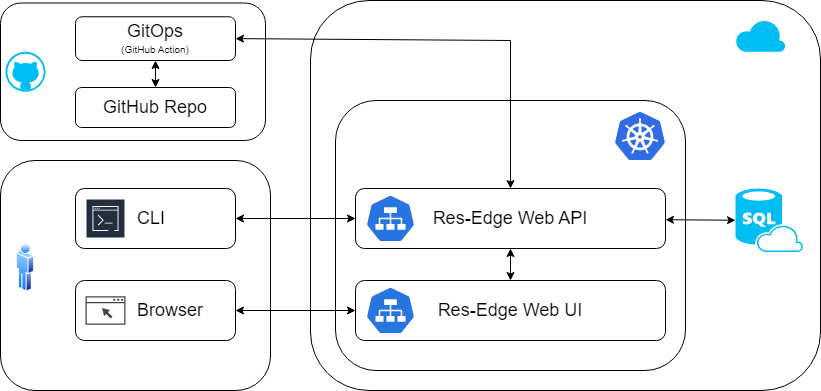
cse-labs/res-edge-labs keeps this draw.io diagram as docs/images/res-edge-diagram.drawio.png. Above is the earlier version. Source tidied: cells renumbered, new cells last; positions are measured from the earlier drawing's top-left corner, leaving out a move shared by most shapes. The source it was exported from:
```xml
<mxGraphModel>
  <root>
    <mxCell id="0" />
    <mxCell id="1" parent="0" />
    <mxCell id="2" style="rounded=1;whiteSpace=wrap;html=1;fontSize=18;align=left;verticalAlign=top;spacingLeft=60;spacingTop=24;" parent="1" vertex="1">
      <mxGeometry y="160" width="270" height="230" as="geometry" />
    </mxCell>
    <mxCell id="3" value="&lt;h1 style=&quot;font-size: 24px;&quot;&gt;&lt;br&gt;&lt;/h1&gt;" style="rounded=1;whiteSpace=wrap;html=1;align=left;verticalAlign=top;fontSize=24;spacingLeft=90;" parent="1" vertex="1">
      <mxGeometry x="310" width="510" height="390" as="geometry" />
    </mxCell>
    <mxCell id="4" style="verticalLabelPosition=bottom;html=1;verticalAlign=top;align=center;strokeColor=none;fillColor=#00BEF2;shape=mxgraph.azure.sql_database_sql_azure;" parent="1" vertex="1">
      <mxGeometry x="735" y="188" width="67.5" height="63.5" as="geometry" />
    </mxCell>
    <mxCell id="5" style="verticalLabelPosition=bottom;html=1;verticalAlign=top;align=center;strokeColor=none;fillColor=#00BEF2;shape=mxgraph.azure.cloud;" parent="1" vertex="1">
      <mxGeometry x="735" y="18.8" width="50" height="32.5" as="geometry" />
    </mxCell>
    <mxCell id="6" style="image;perimeter=ellipsePerimeter;html=1;align=center;shadow=0;dashed=0;spacingTop=3;image=img/lib/active_directory/user.svg;" parent="1" vertex="1">
      <mxGeometry x="15.8" y="242.2" width="18.5" height="50" as="geometry" />
    </mxCell>
    <mxCell id="7" value="CLI" style="rounded=1;whiteSpace=wrap;html=1;fontSize=18;fontStyle=0;verticalAlign=middle;align=left;spacingLeft=60;" parent="1" vertex="1">
      <mxGeometry x="75" y="188" width="160" height="60" as="geometry" />
    </mxCell>
    <mxCell id="8" style="sketch=0;fontColor=#232F3E;gradientColor=none;strokeColor=#ffffff;fillColor=#232F3E;dashed=0;verticalLabelPosition=middle;verticalAlign=bottom;align=center;html=1;whiteSpace=wrap;fontSize=10;fontStyle=1;spacing=3;shape=mxgraph.aws4.productIcon;prIcon=mxgraph.aws4.command_line_interface;" parent="1" vertex="1">
      <mxGeometry x="85" y="198" width="40" height="40" as="geometry" />
    </mxCell>
    <mxCell id="9" value="Browser" style="rounded=1;whiteSpace=wrap;html=1;fontSize=18;fontStyle=0;verticalAlign=middle;align=left;spacingLeft=60;" parent="1" vertex="1">
      <mxGeometry x="75" y="280" width="160" height="60" as="geometry" />
    </mxCell>
    <mxCell id="10" style="sketch=0;shadow=0;dashed=0;html=1;strokeColor=none;fillColor=#434445;labelPosition=center;verticalLabelPosition=bottom;verticalAlign=top;align=center;shape=mxgraph.vvd.web_browser;" parent="1" vertex="1">
      <mxGeometry x="85" y="295.8" width="40" height="28.4" as="geometry" />
    </mxCell>
    <mxCell id="11" style="rounded=1;whiteSpace=wrap;html=1;fontSize=24;verticalAlign=top;spacingTop=15;align=left;spacingLeft=90;" parent="1" vertex="1">
      <mxGeometry x="335" y="100" width="350" height="270" as="geometry" />
    </mxCell>
    <mxCell id="12" style="image;sketch=0;html=1;align=center;fontSize=12;image=img/lib/mscae/Kubernetes.svg;" parent="1" vertex="1">
      <mxGeometry x="615" y="112" width="50" height="48" as="geometry" />
    </mxCell>
    <mxCell id="13" style="group;" parent="1" vertex="1">
      <mxGeometry x="355" y="188" width="310" height="60" as="geometry" />
    </mxCell>
    <mxCell id="14" value="Res-Edge Web API" style="rounded=1;whiteSpace=wrap;html=1;fontSize=18;fontStyle=0;" parent="13" vertex="1">
      <mxGeometry width="310" height="60" as="geometry" />
    </mxCell>
    <mxCell id="15" style="sketch=0;html=1;dashed=0;whitespace=wrap;fillColor=#2875E2;strokeColor=#ffffff;verticalLabelPosition=bottom;align=center;verticalAlign=top;shape=mxgraph.kubernetes.icon;prIcon=svc;" parent="13" vertex="1">
      <mxGeometry x="10" y="6" width="50" height="48" as="geometry" />
    </mxCell>
    <mxCell id="16" style="group;" parent="1" vertex="1">
      <mxGeometry x="355" y="280" width="310" height="60" as="geometry" />
    </mxCell>
    <mxCell id="17" value="Res-Edge Web UI" style="rounded=1;whiteSpace=wrap;html=1;fontSize=18;fontStyle=0;" parent="16" vertex="1">
      <mxGeometry width="310" height="60" as="geometry" />
    </mxCell>
    <mxCell id="18" style="sketch=0;html=1;dashed=0;whitespace=wrap;fillColor=#2875E2;strokeColor=#ffffff;verticalLabelPosition=bottom;align=center;verticalAlign=top;shape=mxgraph.kubernetes.icon;prIcon=svc;" parent="16" vertex="1">
      <mxGeometry x="10" y="6" width="50" height="48" as="geometry" />
    </mxCell>
    <mxCell id="19" style="endArrow=classic;html=1;rounded=0;exitX=0.5;exitY=0;exitDx=0;exitDy=0;startArrow=classic;startFill=1;" parent="1" edge="1" source="17" target="14">
      <mxGeometry relative="1" as="geometry" />
    </mxCell>
    <mxCell id="20" style="endArrow=classic;startArrow=classic;html=1;rounded=0;entryX=0;entryY=0.5;entryDx=0;entryDy=0;" parent="1" edge="1" source="9" target="17">
      <mxGeometry relative="1" as="geometry" />
    </mxCell>
    <mxCell id="21" style="endArrow=classic;startArrow=classic;html=1;rounded=0;exitX=1;exitY=0.5;exitDx=0;exitDy=0;" parent="1" edge="1" source="7" target="14">
      <mxGeometry relative="1" as="geometry" />
    </mxCell>
    <mxCell id="22" style="endArrow=classic;startArrow=classic;html=1;rounded=0;entryX=0;entryY=0.5;entryDx=0;entryDy=0;entryPerimeter=0;" parent="1" edge="1" source="14" target="4">
      <mxGeometry relative="1" as="geometry" />
    </mxCell>
    <mxCell id="23" style="rounded=1;whiteSpace=wrap;html=1;" parent="1" vertex="1">
      <mxGeometry y="2.5" width="265" height="137.5" as="geometry" />
    </mxCell>
    <mxCell id="24" style="verticalLabelPosition=bottom;html=1;verticalAlign=top;align=center;strokeColor=none;fillColor=#00BEF2;shape=mxgraph.azure.github_code;" parent="1" vertex="1">
      <mxGeometry x="5" y="51.2" width="40" height="40" as="geometry" />
    </mxCell>
    <mxCell id="25" value="&lt;font style=&quot;font-size: 18px;&quot;&gt;GitOps&lt;/font&gt;&lt;br&gt;&lt;font style=&quot;font-size: 10px;&quot;&gt;(GitHub Action)&lt;/font&gt;" style="rounded=1;whiteSpace=wrap;html=1;" parent="1" vertex="1">
      <mxGeometry x="75" y="16.2" width="160" height="43.8" as="geometry" />
    </mxCell>
    <mxCell id="26" value="&lt;span style=&quot;font-size: 18px;&quot;&gt;GitHub Repo&lt;/span&gt;" style="rounded=1;whiteSpace=wrap;html=1;" parent="1" vertex="1">
      <mxGeometry x="75" y="87" width="160" height="40" as="geometry" />
    </mxCell>
    <mxCell id="27" style="endArrow=classic;startArrow=classic;html=1;rounded=0;exitX=0.5;exitY=0;exitDx=0;exitDy=0;" parent="1" edge="1" source="26" target="25">
      <mxGeometry relative="1" as="geometry" />
    </mxCell>
    <mxCell id="28" style="endArrow=classic;html=1;rounded=0;exitX=1;exitY=0.5;exitDx=0;exitDy=0;entryX=0.5;entryY=0;entryDx=0;entryDy=0;startArrow=classic;startFill=1;" parent="1" edge="1" source="25" target="14">
      <mxGeometry relative="1" as="geometry">
        <Array as="points">
          <mxPoint x="510" y="40" />
        </Array>
      </mxGeometry>
    </mxCell>
  </root>
</mxGraphModel>
```
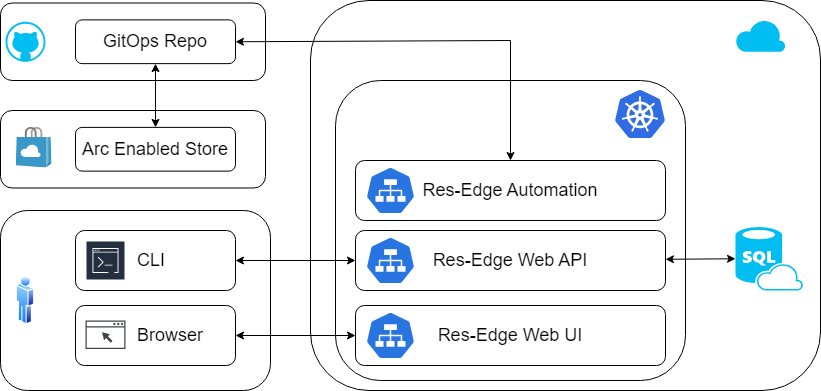
Later version of the same file.

What changed in the source:
```diff
@@ -3,40 +3,40 @@
     <mxCell id="0" />
     <mxCell id="1" parent="0" />
     <mxCell id="2" style="rounded=1;whiteSpace=wrap;html=1;fontSize=18;align=left;verticalAlign=top;spacingLeft=60;spacingTop=24;" parent="1" vertex="1">
-      <mxGeometry y="160" width="270" height="230" as="geometry" />
+      <mxGeometry y="210" width="270" height="180" as="geometry" />
     </mxCell>
     <mxCell id="3" value="&lt;h1 style=&quot;font-size: 24px;&quot;&gt;&lt;br&gt;&lt;/h1&gt;" style="rounded=1;whiteSpace=wrap;html=1;align=left;verticalAlign=top;fontSize=24;spacingLeft=90;" parent="1" vertex="1">
       <mxGeometry x="310" width="510" height="390" as="geometry" />
     </mxCell>
     <mxCell id="4" style="verticalLabelPosition=bottom;html=1;verticalAlign=top;align=center;strokeColor=none;fillColor=#00BEF2;shape=mxgraph.azure.sql_database_sql_azure;" parent="1" vertex="1">
-      <mxGeometry x="735" y="188" width="67.5" height="63.5" as="geometry" />
+      <mxGeometry x="735" y="226.5" width="67.5" height="63.5" as="geometry" />
     </mxCell>
     <mxCell id="5" style="verticalLabelPosition=bottom;html=1;verticalAlign=top;align=center;strokeColor=none;fillColor=#00BEF2;shape=mxgraph.azure.cloud;" parent="1" vertex="1">
       <mxGeometry x="735" y="18.8" width="50" height="32.5" as="geometry" />
     </mxCell>
     <mxCell id="6" style="image;perimeter=ellipsePerimeter;html=1;align=center;shadow=0;dashed=0;spacingTop=3;image=img/lib/active_directory/user.svg;" parent="1" vertex="1">
-      <mxGeometry x="15.8" y="242.2" width="18.5" height="50" as="geometry" />
+      <mxGeometry x="15.8" y="275" width="18.5" height="50" as="geometry" />
     </mxCell>
     <mxCell id="7" value="CLI" style="rounded=1;whiteSpace=wrap;html=1;fontSize=18;fontStyle=0;verticalAlign=middle;align=left;spacingLeft=60;" parent="1" vertex="1">
-      <mxGeometry x="75" y="188" width="160" height="60" as="geometry" />
+      <mxGeometry x="75" y="230" width="160" height="60" as="geometry" />
     </mxCell>
     <mxCell id="8" style="sketch=0;fontColor=#232F3E;gradientColor=none;strokeColor=#ffffff;fillColor=#232F3E;dashed=0;verticalLabelPosition=middle;verticalAlign=bottom;align=center;html=1;whiteSpace=wrap;fontSize=10;fontStyle=1;spacing=3;shape=mxgraph.aws4.productIcon;prIcon=mxgraph.aws4.command_line_interface;" parent="1" vertex="1">
-      <mxGeometry x="85" y="198" width="40" height="40" as="geometry" />
+      <mxGeometry x="85" y="240" width="40" height="40" as="geometry" />
     </mxCell>
     <mxCell id="9" value="Browser" style="rounded=1;whiteSpace=wrap;html=1;fontSize=18;fontStyle=0;verticalAlign=middle;align=left;spacingLeft=60;" parent="1" vertex="1">
-      <mxGeometry x="75" y="280" width="160" height="60" as="geometry" />
+      <mxGeometry x="75" y="305" width="160" height="60" as="geometry" />
     </mxCell>
     <mxCell id="10" style="sketch=0;shadow=0;dashed=0;html=1;strokeColor=none;fillColor=#434445;labelPosition=center;verticalLabelPosition=bottom;verticalAlign=top;align=center;shape=mxgraph.vvd.web_browser;" parent="1" vertex="1">
-      <mxGeometry x="85" y="295.8" width="40" height="28.4" as="geometry" />
+      <mxGeometry x="85" y="320" width="40" height="28.4" as="geometry" />
     </mxCell>
     <mxCell id="11" style="rounded=1;whiteSpace=wrap;html=1;fontSize=24;verticalAlign=top;spacingTop=15;align=left;spacingLeft=90;" parent="1" vertex="1">
-      <mxGeometry x="335" y="100" width="350" height="270" as="geometry" />
+      <mxGeometry x="335" y="80" width="350" height="300" as="geometry" />
     </mxCell>
     <mxCell id="12" style="image;sketch=0;html=1;align=center;fontSize=12;image=img/lib/mscae/Kubernetes.svg;" parent="1" vertex="1">
-      <mxGeometry x="615" y="112" width="50" height="48" as="geometry" />
+      <mxGeometry x="615" y="90" width="50" height="48" as="geometry" />
     </mxCell>
     <mxCell id="13" style="group;" parent="1" vertex="1">
-      <mxGeometry x="355" y="188" width="310" height="60" as="geometry" />
+      <mxGeometry x="355" y="230" width="310" height="60" as="geometry" />
     </mxCell>
     <mxCell id="14" value="Res-Edge Web API" style="rounded=1;whiteSpace=wrap;html=1;fontSize=18;fontStyle=0;" parent="13" vertex="1">
       <mxGeometry width="310" height="60" as="geometry" />
@@ -45,7 +45,7 @@
       <mxGeometry x="10" y="6" width="50" height="48" as="geometry" />
     </mxCell>
     <mxCell id="16" style="group;" parent="1" vertex="1">
-      <mxGeometry x="355" y="280" width="310" height="60" as="geometry" />
+      <mxGeometry x="355" y="305" width="310" height="60" as="geometry" />
     </mxCell>
     <mxCell id="17" value="Res-Edge Web UI" style="rounded=1;whiteSpace=wrap;html=1;fontSize=18;fontStyle=0;" parent="16" vertex="1">
       <mxGeometry width="310" height="60" as="geometry" />
@@ -53,9 +53,6 @@
     <mxCell id="18" style="sketch=0;html=1;dashed=0;whitespace=wrap;fillColor=#2875E2;strokeColor=#ffffff;verticalLabelPosition=bottom;align=center;verticalAlign=top;shape=mxgraph.kubernetes.icon;prIcon=svc;" parent="16" vertex="1">
       <mxGeometry x="10" y="6" width="50" height="48" as="geometry" />
     </mxCell>
-    <mxCell id="19" style="endArrow=classic;html=1;rounded=0;exitX=0.5;exitY=0;exitDx=0;exitDy=0;startArrow=classic;startFill=1;" parent="1" edge="1" source="17" target="14">
-      <mxGeometry relative="1" as="geometry" />
-    </mxCell>
     <mxCell id="20" style="endArrow=classic;startArrow=classic;html=1;rounded=0;entryX=0;entryY=0.5;entryDx=0;entryDy=0;" parent="1" edge="1" source="9" target="17">
       <mxGeometry relative="1" as="geometry" />
     </mxCell>
@@ -66,26 +63,41 @@
       <mxGeometry relative="1" as="geometry" />
     </mxCell>
     <mxCell id="23" style="rounded=1;whiteSpace=wrap;html=1;" parent="1" vertex="1">
-      <mxGeometry y="2.5" width="265" height="137.5" as="geometry" />
+      <mxGeometry y="2.5" width="265" height="77.5" as="geometry" />
     </mxCell>
     <mxCell id="24" style="verticalLabelPosition=bottom;html=1;verticalAlign=top;align=center;strokeColor=none;fillColor=#00BEF2;shape=mxgraph.azure.github_code;" parent="1" vertex="1">
-      <mxGeometry x="5" y="51.2" width="40" height="40" as="geometry" />
+      <mxGeometry x="5" y="21.2" width="40" height="40" as="geometry" />
     </mxCell>
-    <mxCell id="25" value="&lt;font style=&quot;font-size: 18px;&quot;&gt;GitOps&lt;/font&gt;&lt;br&gt;&lt;font style=&quot;font-size: 10px;&quot;&gt;(GitHub Action)&lt;/font&gt;" style="rounded=1;whiteSpace=wrap;html=1;" parent="1" vertex="1">
-      <mxGeometry x="75" y="16.2" width="160" height="43.8" as="geometry" />
+    <mxCell id="25" value="&lt;span style=&quot;font-size: 18px;&quot;&gt;GitOps Repo&lt;/span&gt;" style="rounded=1;whiteSpace=wrap;html=1;" parent="1" vertex="1">
+      <mxGeometry x="75" y="19.4" width="160" height="43.8" as="geometry" />
     </mxCell>
-    <mxCell id="26" value="&lt;span style=&quot;font-size: 18px;&quot;&gt;GitHub Repo&lt;/span&gt;" style="rounded=1;whiteSpace=wrap;html=1;" parent="1" vertex="1">
-      <mxGeometry x="75" y="87" width="160" height="40" as="geometry" />
-    </mxCell>
-    <mxCell id="27" style="endArrow=classic;startArrow=classic;html=1;rounded=0;exitX=0.5;exitY=0;exitDx=0;exitDy=0;" parent="1" edge="1" source="26" target="25">
-      <mxGeometry relative="1" as="geometry" />
-    </mxCell>
-    <mxCell id="28" style="endArrow=classic;html=1;rounded=0;exitX=1;exitY=0.5;exitDx=0;exitDy=0;entryX=0.5;entryY=0;entryDx=0;entryDy=0;startArrow=classic;startFill=1;" parent="1" edge="1" source="25" target="14">
+    <mxCell id="28" style="endArrow=classic;html=1;rounded=0;exitX=1;exitY=0.5;exitDx=0;exitDy=0;entryX=0.5;entryY=0;entryDx=0;entryDy=0;startArrow=classic;startFill=1;" parent="1" edge="1" source="25" target="30">
       <mxGeometry relative="1" as="geometry">
         <Array as="points">
           <mxPoint x="510" y="40" />
         </Array>
       </mxGeometry>
     </mxCell>
+    <mxCell id="29" style="group;" parent="1" vertex="1">
+      <mxGeometry x="355" y="160" width="310" height="60" as="geometry" />
+    </mxCell>
+    <mxCell id="30" value="Res-Edge Automation" style="rounded=1;whiteSpace=wrap;html=1;fontSize=18;fontStyle=0;" parent="29" vertex="1">
+      <mxGeometry width="310" height="60" as="geometry" />
+    </mxCell>
+    <mxCell id="31" style="sketch=0;html=1;dashed=0;whitespace=wrap;fillColor=#2875E2;strokeColor=#ffffff;verticalLabelPosition=bottom;align=center;verticalAlign=top;shape=mxgraph.kubernetes.icon;prIcon=svc;" parent="29" vertex="1">
+      <mxGeometry x="10" y="6" width="50" height="48" as="geometry" />
+    </mxCell>
+    <mxCell id="32" style="rounded=1;whiteSpace=wrap;html=1;" parent="1" vertex="1">
+      <mxGeometry y="110" width="265" height="77.5" as="geometry" />
+    </mxCell>
+    <mxCell id="33" value="&lt;span style=&quot;font-size: 18px;&quot;&gt;Arc Enabled Store&lt;/span&gt;" style="rounded=1;whiteSpace=wrap;html=1;" parent="1" vertex="1">
+      <mxGeometry x="75" y="126.9" width="160" height="43.8" as="geometry" />
+    </mxCell>
+    <mxCell id="34" style="sketch=0;html=1;align=center;image;fontSize=12;image=img/lib/mscae/Store_Marketplace.svg;" parent="1" vertex="1">
+      <mxGeometry x="15.8" y="126.9" width="35.8" height="40.6" as="geometry" />
+    </mxCell>
+    <mxCell id="35" style="endArrow=classic;startArrow=classic;html=1;exitX=0.5;exitY=0;exitDx=0;exitDy=0;entryX=0.5;entryY=1;entryDx=0;entryDy=0;" parent="1" edge="1" source="33" target="25">
+      <mxGeometry relative="1" as="geometry" />
+    </mxCell>
   </root>
 </mxGraphModel>
```
